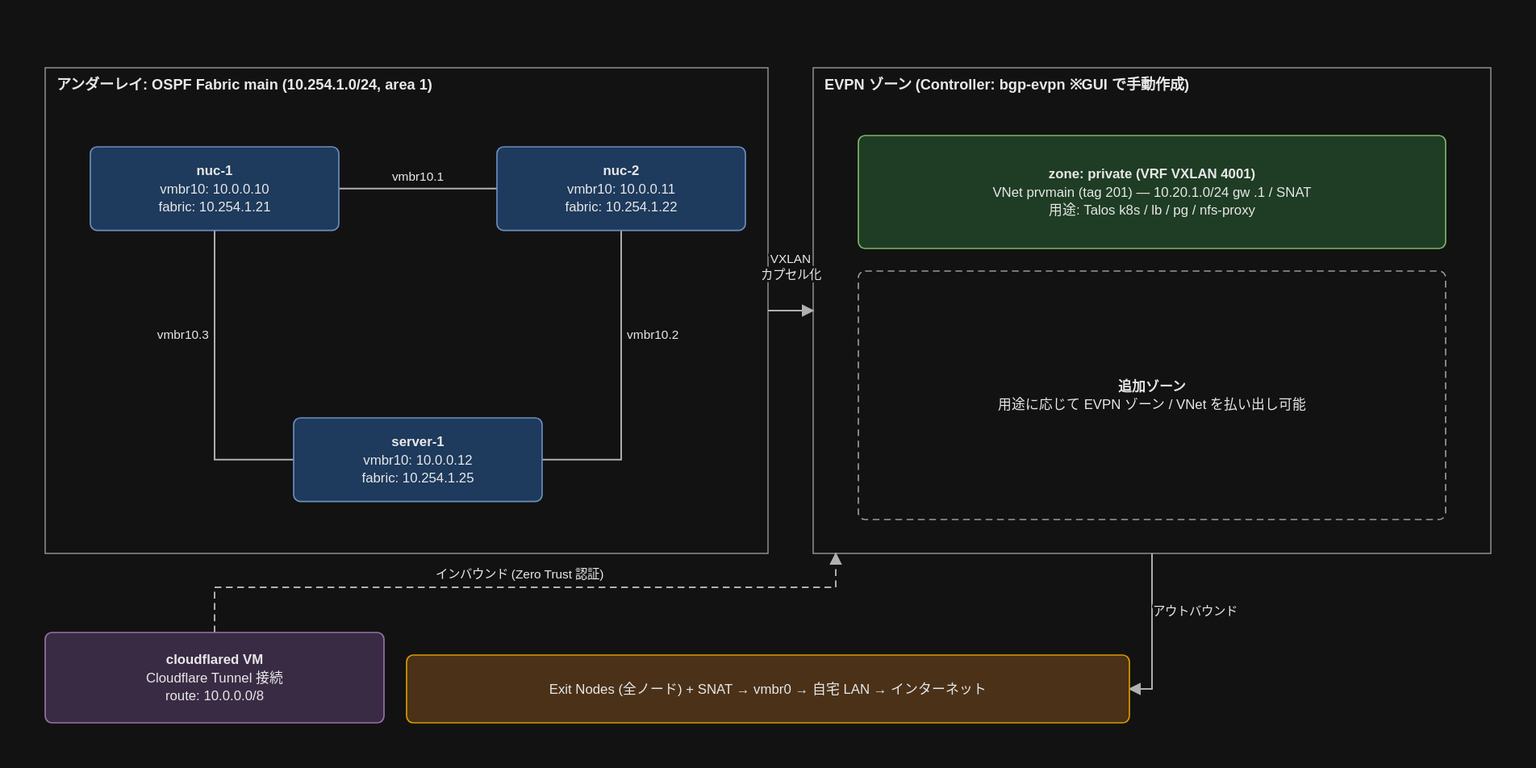
The draw.io diagram docs/architecture-network.drawio.svg in k-wa-wa/nuage-cluster, before a commit. Source tidied: cells renumbered, new cells last; positions are measured from the earlier drawing's top-left corner, leaving out a move shared by most shapes. Source of this version:
```xml
<mxGraphModel background="#121212">
  <root>
    <mxCell id="0" />
    <mxCell id="1" parent="0" />
    <mxCell id="2" value="アンダーレイ: OSPF Fabric main (10.254.1.0/24, area 1)" style="rounded=0;whiteSpace=wrap;html=1;verticalAlign=top;align=left;spacingLeft=8;spacingTop=2;fontSize=13;fontStyle=1;fillColor=none;strokeColor=#999999;fontColor=#e8e8e8;" parent="1" vertex="1">
      <mxGeometry width="640" height="430" as="geometry" />
    </mxCell>
    <mxCell id="3" value="nuc-1&lt;br&gt;vmbr10: 10.0.0.10&lt;br&gt;fabric: 10.254.1.21" style="rounded=1;whiteSpace=wrap;html=1;fontSize=12;fillColor=#1e3a5c;strokeColor=#6c8ebf;fontColor=#e8e8e8;" parent="1" vertex="1">
      <mxGeometry x="40" y="70" width="220" height="74" as="geometry" />
    </mxCell>
    <mxCell id="4" value="nuc-2&lt;br&gt;vmbr10: 10.0.0.11&lt;br&gt;fabric: 10.254.1.22" style="rounded=1;whiteSpace=wrap;html=1;fontSize=12;fillColor=#1e3a5c;strokeColor=#6c8ebf;fontColor=#e8e8e8;" parent="1" vertex="1">
      <mxGeometry x="400" y="70" width="220" height="74" as="geometry" />
    </mxCell>
    <mxCell id="5" value="server-1&lt;br&gt;vmbr10: 10.0.0.12&lt;br&gt;fabric: 10.254.1.25" style="rounded=1;whiteSpace=wrap;html=1;fontSize=12;fillColor=#1e3a5c;strokeColor=#6c8ebf;fontColor=#e8e8e8;" parent="1" vertex="1">
      <mxGeometry x="220" y="310" width="220" height="74" as="geometry" />
    </mxCell>
    <mxCell id="6" value="EVPN ゾーン (Controller: bgp-evpn ※GUI で手動作成)" style="rounded=0;whiteSpace=wrap;html=1;verticalAlign=top;align=left;spacingLeft=8;spacingTop=2;fontSize=13;fontStyle=1;fillColor=none;strokeColor=#999999;fontColor=#e8e8e8;" parent="1" vertex="1">
      <mxGeometry x="680" width="600" height="430" as="geometry" />
    </mxCell>
    <mxCell id="7" value="zone: private (VRF VXLAN 4001)&lt;br&gt;VNet prvmain (tag 201) — 10.20.1.0/24 gw .1 / SNAT&lt;br&gt;用途: Talos k8s / lb / pg / nfs-proxy" style="rounded=1;whiteSpace=wrap;html=1;fontSize=12;fillColor=#1e3d24;strokeColor=#82b366;fontColor=#e8e8e8;" parent="1" vertex="1">
      <mxGeometry x="720" y="60" width="520" height="100" as="geometry" />
    </mxCell>
    <mxCell id="8" value="追加ゾーン&lt;br&gt;用途に応じて EVPN ゾーン / VNet を払い出し可能" style="rounded=1;whiteSpace=wrap;html=1;fontSize=12;fillColor=none;strokeColor=#9a9a9a;fontColor=#e8e8e8;dashed=1;" parent="1" vertex="1">
      <mxGeometry x="720" y="180" width="520" height="220" as="geometry" />
    </mxCell>
    <mxCell id="9" value="Exit Nodes (全ノード) + SNAT → vmbr0 → 自宅 LAN → インターネット" style="rounded=1;whiteSpace=wrap;html=1;fontSize=12;fillColor=#4a3118;strokeColor=#d79b00;fontColor=#e8e8e8;" parent="1" vertex="1">
      <mxGeometry x="320" y="520" width="640" height="60" as="geometry" />
    </mxCell>
    <mxCell id="10" value="cloudflared VM&lt;br&gt;Cloudflare Tunnel 接続&lt;br&gt;route: 10.0.0.0/8" style="rounded=1;whiteSpace=wrap;html=1;fontSize=12;fillColor=#3a2b45;strokeColor=#9673a6;fontColor=#e8e8e8;" parent="1" vertex="1">
      <mxGeometry y="500" width="300" height="80" as="geometry" />
    </mxCell>
    <mxCell id="11" value="vmbr10.1" style="edgeStyle=orthogonalEdgeStyle;rounded=0;html=1;fontSize=11;exitX=1.0;exitY=0.5;exitDx=0;exitDy=0;entryX=0.0;entryY=0.5;entryDx=0;entryDy=0;endArrow=none;" parent="1" edge="1" source="3" target="4">
      <mxGeometry relative="1" as="geometry" />
    </mxCell>
    <mxCell id="12" value="vmbr10.2" style="edgeStyle=orthogonalEdgeStyle;rounded=0;html=1;fontSize=11;exitX=0.5;exitY=1.0;exitDx=0;exitDy=0;entryX=1.0;entryY=0.5;entryDx=0;entryDy=0;endArrow=none;" parent="1" edge="1" source="4" target="5">
      <mxGeometry relative="1" as="geometry">
        <Array as="points">
          <mxPoint x="510" y="347" />
        </Array>
      </mxGeometry>
    </mxCell>
    <mxCell id="13" value="vmbr10.3" style="edgeStyle=orthogonalEdgeStyle;rounded=0;html=1;fontSize=11;exitX=0.0;exitY=0.5;exitDx=0;exitDy=0;entryX=0.5;entryY=1.0;entryDx=0;entryDy=0;endArrow=none;" parent="1" edge="1" source="5" target="3">
      <mxGeometry relative="1" as="geometry">
        <Array as="points">
          <mxPoint x="150" y="347" />
        </Array>
      </mxGeometry>
    </mxCell>
    <mxCell id="14" value="VXLAN&lt;br&gt;カプセル化" style="edgeStyle=orthogonalEdgeStyle;rounded=0;html=1;fontSize=11;exitX=1.0;exitY=0.5;exitDx=0;exitDy=0;entryX=0.0;entryY=0.5;entryDx=0;entryDy=0;" parent="1" edge="1" source="2" target="6">
      <mxGeometry relative="1" as="geometry" />
    </mxCell>
    <mxCell id="15" value="アウトバウンド" style="edgeStyle=orthogonalEdgeStyle;rounded=0;html=1;fontSize=11;exitX=0.5;exitY=1.0;exitDx=0;exitDy=0;entryX=1.0;entryY=0.5;entryDx=0;entryDy=0;" parent="1" edge="1" source="6" target="9">
      <mxGeometry relative="1" as="geometry">
        <Array as="points">
          <mxPoint x="980" y="550" />
        </Array>
      </mxGeometry>
    </mxCell>
    <mxCell id="16" value="インバウンド (Zero Trust 認証)" style="edgeStyle=orthogonalEdgeStyle;rounded=0;html=1;fontSize=11;exitX=0.5;exitY=0.0;exitDx=0;exitDy=0;entryX=0.033;entryY=1.0;entryDx=0;entryDy=0;dashed=1;" parent="1" edge="1" source="10" target="6">
      <mxGeometry relative="1" as="geometry">
        <Array as="points">
          <mxPoint x="150" y="460" />
          <mxPoint x="700" y="460" />
        </Array>
      </mxGeometry>
    </mxCell>
  </root>
</mxGraphModel>
```
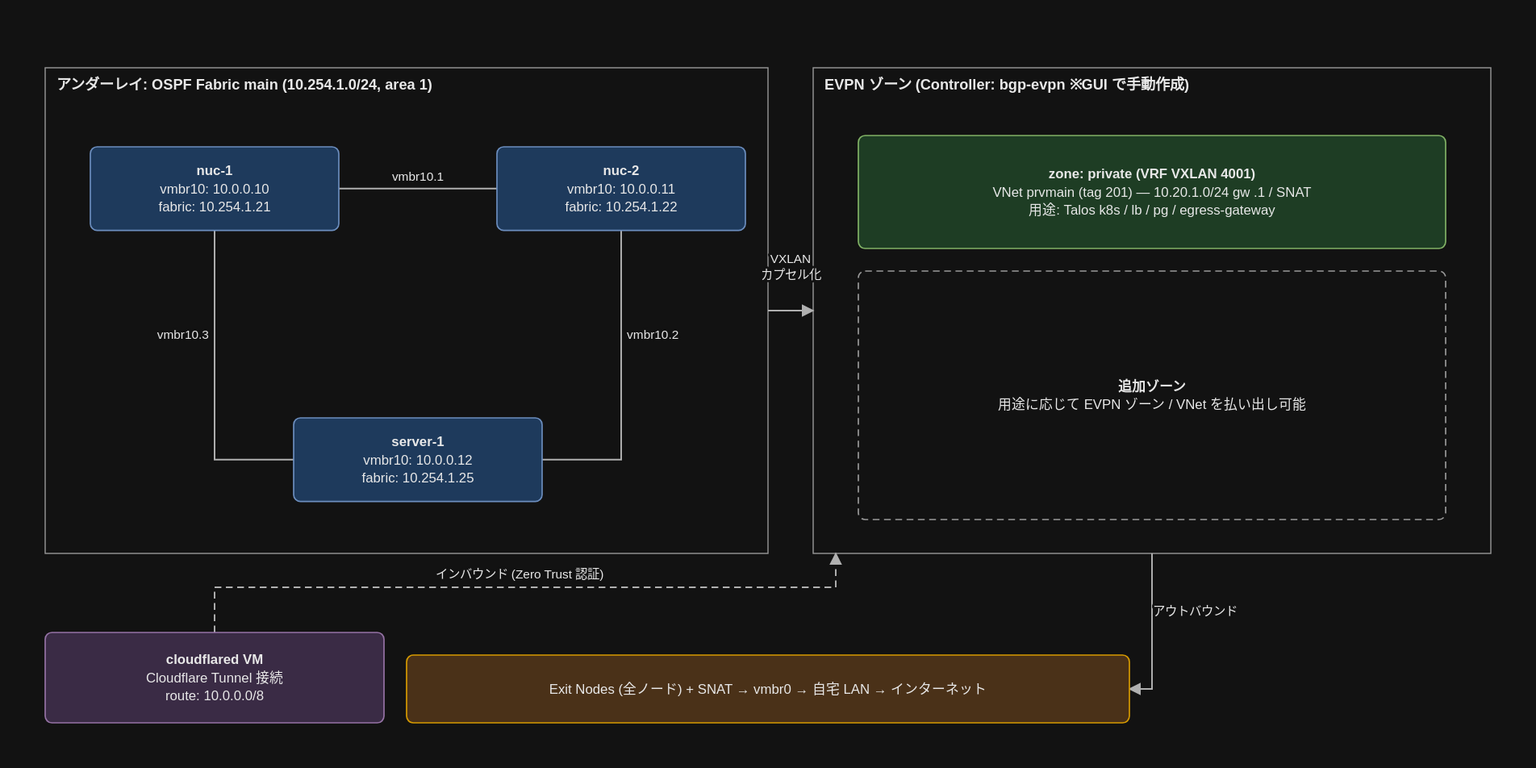
Above is the later version.

Change to the diagram source:
```diff
@@ -17,7 +17,7 @@
     <mxCell id="6" value="EVPN ゾーン (Controller: bgp-evpn ※GUI で手動作成)" style="rounded=0;whiteSpace=wrap;html=1;verticalAlign=top;align=left;spacingLeft=8;spacingTop=2;fontSize=13;fontStyle=1;fillColor=none;strokeColor=#999999;fontColor=#e8e8e8;" parent="1" vertex="1">
       <mxGeometry x="680" width="600" height="430" as="geometry" />
     </mxCell>
-    <mxCell id="7" value="zone: private (VRF VXLAN 4001)&lt;br&gt;VNet prvmain (tag 201) — 10.20.1.0/24 gw .1 / SNAT&lt;br&gt;用途: Talos k8s / lb / pg / nfs-proxy" style="rounded=1;whiteSpace=wrap;html=1;fontSize=12;fillColor=#1e3d24;strokeColor=#82b366;fontColor=#e8e8e8;" parent="1" vertex="1">
+    <mxCell id="7" value="zone: private (VRF VXLAN 4001)&lt;br&gt;VNet prvmain (tag 201) — 10.20.1.0/24 gw .1 / SNAT&lt;br&gt;用途: Talos k8s / lb / pg / egress-gateway" style="rounded=1;whiteSpace=wrap;html=1;fontSize=12;fillColor=#1e3d24;strokeColor=#82b366;fontColor=#e8e8e8;" parent="1" vertex="1">
       <mxGeometry x="720" y="60" width="520" height="100" as="geometry" />
     </mxCell>
     <mxCell id="8" value="追加ゾーン&lt;br&gt;用途に応じて EVPN ゾーン / VNet を払い出し可能" style="rounded=1;whiteSpace=wrap;html=1;fontSize=12;fillColor=none;strokeColor=#9a9a9a;fontColor=#e8e8e8;dashed=1;" parent="1" vertex="1">
```
